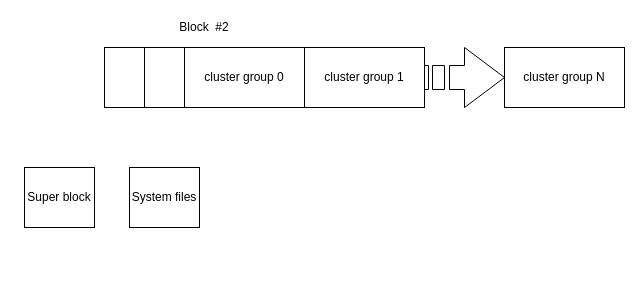
Before: ocfs2_layout.drawio in bupt075225/uml, a draw.io diagram. Source tidied: cells renumbered, new cells numbered last; positions are measured from the earlier drawing's top-left corner, leaving out a move shared by most shapes. Both pictures are drawn from the tidied source at 100%, with x=0, y=0 at pixel (24, 17).
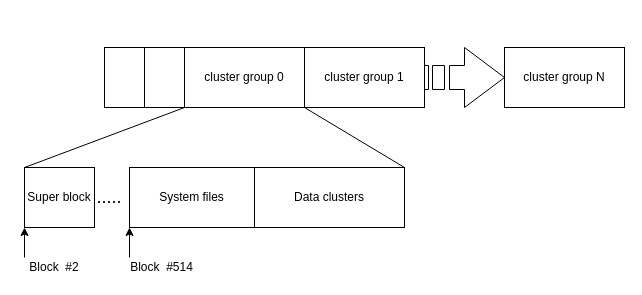
After the change.

Change to the diagram source:
```diff
@@
 <mxGraphModel>
   <root>
     <mxCell id="0" />
     <mxCell id="1" parent="0" />
     <mxCell id="2" value="Super block" style="rounded=0;whiteSpace=wrap;html=1;" parent="1" vertex="1">
       <mxGeometry y="150" width="70" height="60" as="geometry" />
     </mxCell>
     <mxCell id="3" style="rounded=0;whiteSpace=wrap;html=1;" parent="1" vertex="1">
       <mxGeometry x="80" y="30" width="40" height="60" as="geometry" />
     </mxCell>
     <mxCell id="4" style="rounded=0;whiteSpace=wrap;html=1;" parent="1" vertex="1">
       <mxGeometry x="120" y="30" width="40" height="60" as="geometry" />
     </mxCell>
     <mxCell id="5" value="cluster group 0" style="rounded=0;whiteSpace=wrap;html=1;" parent="1" vertex="1">
       <mxGeometry x="160" y="30" width="120" height="60" as="geometry" />
     </mxCell>
     <mxCell id="6" value="Block&amp;nbsp; #2" style="text;html=1;strokeColor=none;fillColor=none;align=center;verticalAlign=middle;whiteSpace=wrap;rounded=0;" parent="1" vertex="1">
-      <mxGeometry x="150" width="60" height="20" as="geometry" />
+      <mxGeometry y="240" width="60" height="20" as="geometry" />
     </mxCell>
     <mxCell id="7" value="cluster group 1" style="rounded=0;whiteSpace=wrap;html=1;" parent="1" vertex="1">
       <mxGeometry x="280" y="30" width="120" height="60" as="geometry" />
     </mxCell>
     <mxCell id="8" value="cluster group N" style="rounded=0;whiteSpace=wrap;html=1;" parent="1" vertex="1">
       <mxGeometry x="480" y="30" width="120" height="60" as="geometry" />
     </mxCell>
     <mxCell id="9" style="html=1;shadow=0;dashed=0;align=center;verticalAlign=middle;shape=mxgraph.arrows2.stripedArrow;dy=0.6;dx=40;notch=25;" parent="1" vertex="1">
       <mxGeometry x="400" y="30" width="80" height="60" as="geometry" />
     </mxCell>
     <mxCell id="10" value="System files" style="rounded=0;whiteSpace=wrap;html=1;" parent="1" vertex="1">
-      <mxGeometry x="105" y="150" width="70" height="60" as="geometry" />
+      <mxGeometry x="105" y="150" width="125" height="60" as="geometry" />
     </mxCell>
+    <mxCell id="11" style="endArrow=none;html=1;entryX=1;entryY=1;entryDx=0;entryDy=0;exitX=0;exitY=0;exitDx=0;exitDy=0;" parent="1" edge="1" source="2" target="4">
+      <mxGeometry relative="1" as="geometry" />
+    </mxCell>
+    <mxCell id="12" value="Block&amp;nbsp; #514" style="text;html=1;strokeColor=none;fillColor=none;align=center;verticalAlign=middle;whiteSpace=wrap;rounded=0;" parent="1" vertex="1">
+      <mxGeometry x="105" y="240" width="65" height="20" as="geometry" />
+    </mxCell>
+    <mxCell id="13" style="endArrow=classic;html=1;entryX=0;entryY=1;entryDx=0;entryDy=0;exitX=0;exitY=0;exitDx=0;exitDy=0;" parent="1" edge="1" source="12" target="10">
+      <mxGeometry relative="1" as="geometry" />
+    </mxCell>
+    <mxCell id="14" style="endArrow=classic;html=1;exitX=0;exitY=0;exitDx=0;exitDy=0;" parent="1" edge="1" source="6">
+      <mxGeometry relative="1" as="geometry">
+        <mxPoint y="210" as="targetPoint" />
+      </mxGeometry>
+    </mxCell>
+    <mxCell id="15" value="Data clusters" style="rounded=0;whiteSpace=wrap;html=1;" parent="1" vertex="1">
+      <mxGeometry x="230" y="150" width="150" height="60" as="geometry" />
+    </mxCell>
+    <mxCell id="16" style="endArrow=none;html=1;entryX=0;entryY=1;entryDx=0;entryDy=0;exitX=1;exitY=0;exitDx=0;exitDy=0;" parent="1" edge="1" source="15" target="7">
+      <mxGeometry relative="1" as="geometry" />
+    </mxCell>
+    <mxCell id="17" value="&lt;font style=&quot;font-size: 18px&quot;&gt;.....&lt;/font&gt;" style="text;html=1;strokeColor=none;fillColor=none;align=center;verticalAlign=middle;whiteSpace=wrap;rounded=0;" parent="1" vertex="1">
+      <mxGeometry x="70" y="170" width="30" height="20" as="geometry" />
+    </mxCell>
   </root>
 </mxGraphModel>
```
